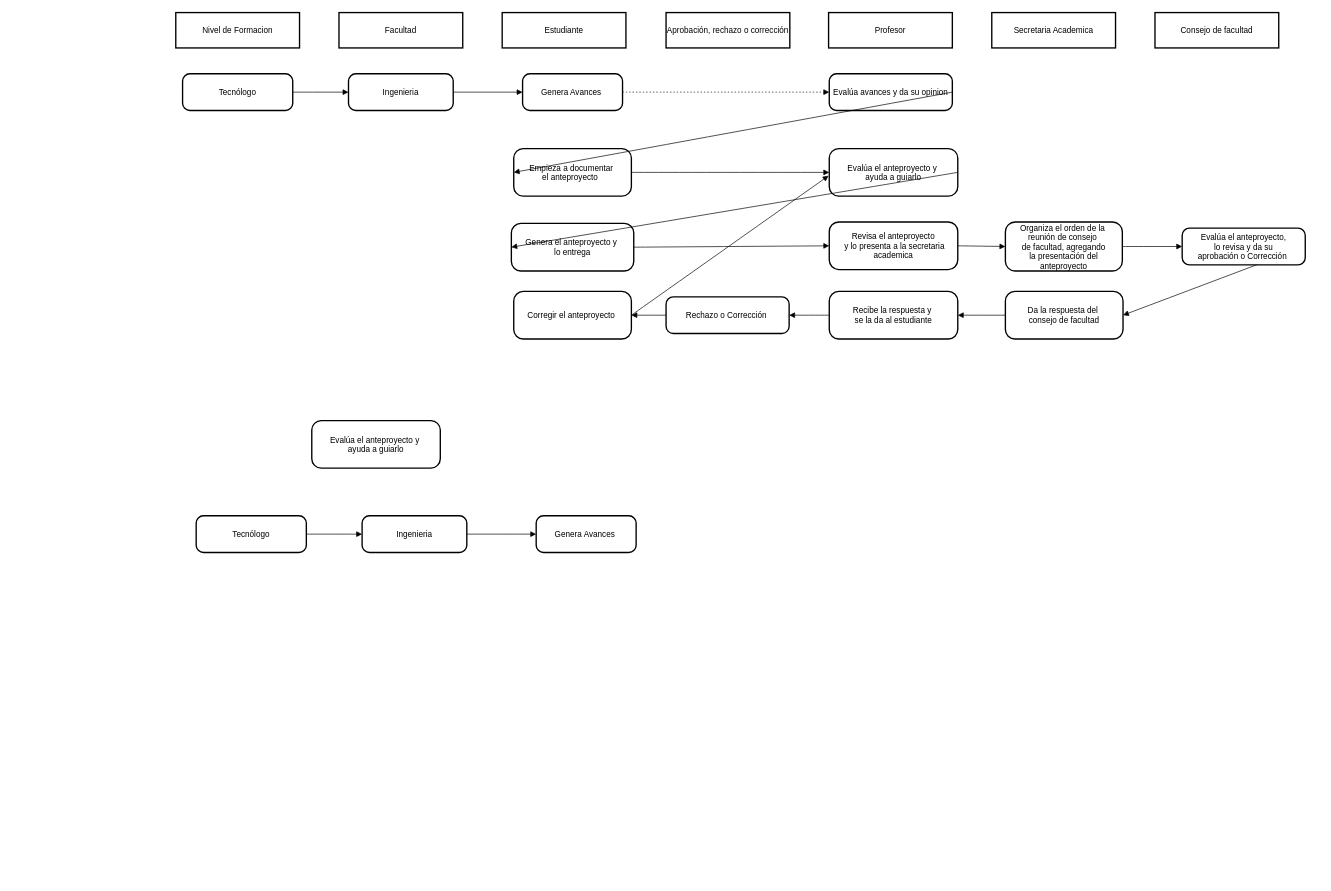
This is DiagramadeActividades.drawio from TatianaDaza/uni, a draw.io file, before an edit. Source tidied: cells renumbered, new cells numbered last; positions are measured from the earlier drawing's top-left corner, leaving out a move shared by most shapes. Both pictures are drawn from the tidied source at 68%, with x=0, y=0 at pixel (175, 12).
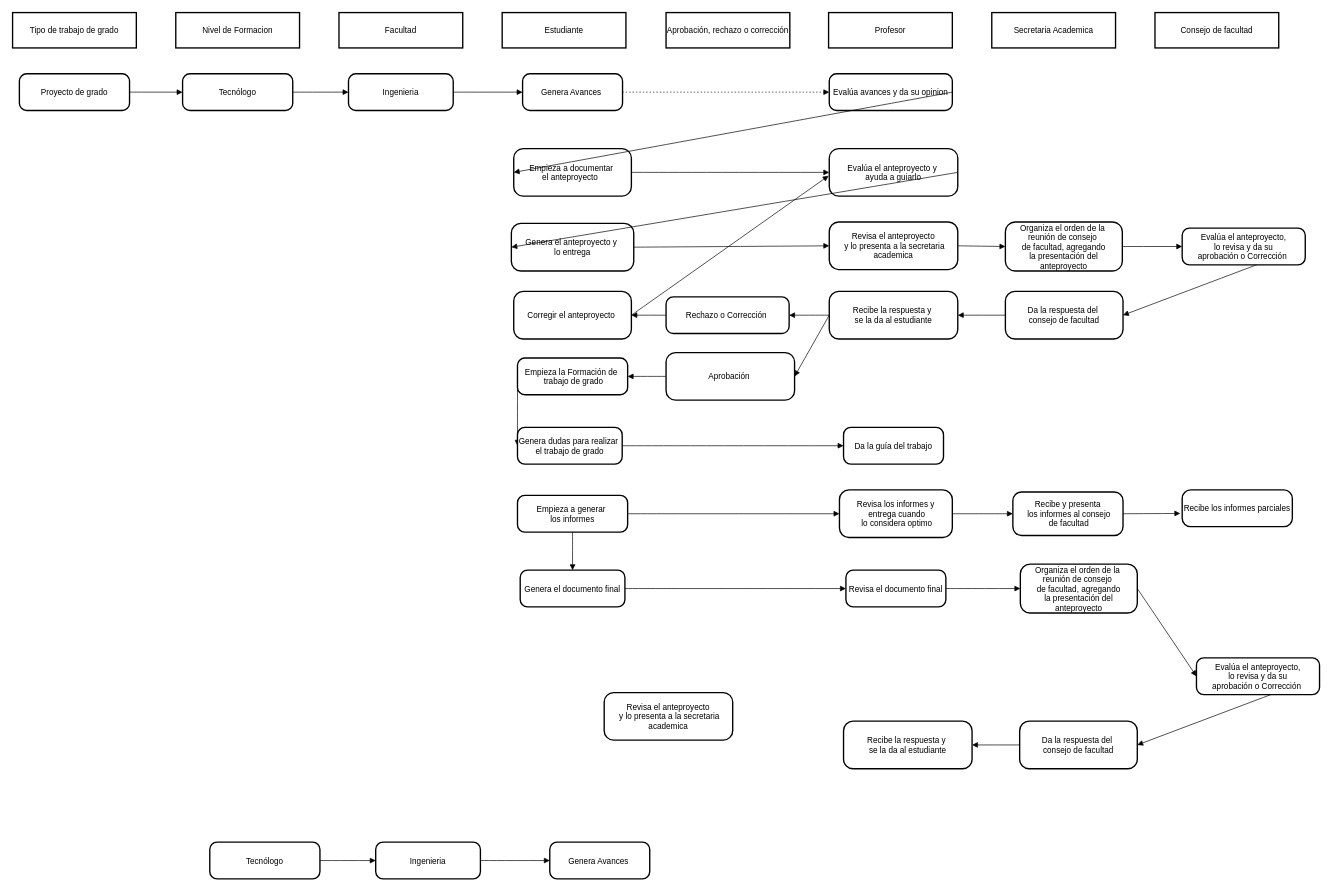
The same diagram, later.

The change refers to these unchanged cells:
```xml
<mxCell id="3" value="Tecnólogo" style="rounded=1;arcSize=20;strokeWidth=2;" parent="1" vertex="1">
  <mxGeometry x="10" y="90" width="162" height="54" as="geometry" />
</mxCell>
<mxCell id="25" value="Recibe la respuesta y &#10;se la da al estudiante" style="rounded=1;arcSize=20;strokeWidth=2;" parent="1" vertex="1">
  <mxGeometry x="961" y="410" width="189" height="70" as="geometry" />
</mxCell>
```

What changed in the source:
```diff
@@
-    <mxCell id="29" value="Tecnólogo" style="rounded=1;arcSize=20;strokeWidth=2;" parent="1" vertex="1">
-      <mxGeometry x="30" y="740" width="162" height="54" as="geometry" />
+    <mxCell id="29" value="Empieza la Formación de &#10; trabajo de grado" style="rounded=1;arcSize=20;strokeWidth=2;" parent="1" vertex="1">
+      <mxGeometry x="502.5" y="508" width="162" height="54" as="geometry" />
     </mxCell>
-    <mxCell id="30" style="curved=1;startArrow=none;endArrow=block;exitX=1;exitY=0.5;entryX=0;entryY=0.5;" parent="1" edge="1" source="29" target="31">
+    <mxCell id="30" style="curved=1;startArrow=none;endArrow=block;exitX=0;exitY=0.5;entryX=0;entryY=0.5;exitDx=0;exitDy=0;entryDx=0;entryDy=0;" parent="1" edge="1" source="29" target="31">
       <mxGeometry relative="1" as="geometry" />
     </mxCell>
-    <mxCell id="31" value="Ingenieria" style="rounded=1;arcSize=20;strokeWidth=2;" parent="1" vertex="1">
-      <mxGeometry x="274" y="740" width="154" height="54" as="geometry" />
+    <mxCell id="31" value="Genera dudas para realizar &#10;el trabajo de grado" style="rounded=1;arcSize=20;strokeWidth=2;" parent="1" vertex="1">
+      <mxGeometry x="502.5" y="610" width="154" height="54" as="geometry" />
     </mxCell>
@@
-    <mxCell id="35" value="Evalúa el anteproyecto y &#10;ayuda a guiarlo" style="rounded=1;arcSize=20;strokeWidth=2;" parent="1" vertex="1">
-      <mxGeometry x="200" y="600" width="189" height="70" as="geometry" />
+    <mxCell id="35" value="Aprobación " style="rounded=1;arcSize=20;strokeWidth=2;" parent="1" vertex="1">
+      <mxGeometry x="721" y="500" width="189" height="70" as="geometry" />
     </mxCell>
@@
-    <mxCell id="37" value="Genera Avances " style="rounded=1;arcSize=20;strokeWidth=2;" parent="1" vertex="1">
-      <mxGeometry x="530" y="740" width="147" height="54" as="geometry" />
+    <mxCell id="37" value="Da la guía del trabajo" style="rounded=1;arcSize=20;strokeWidth=2;" parent="1" vertex="1">
+      <mxGeometry x="982" y="610" width="147" height="54" as="geometry" />
     </mxCell>
@@
+    <mxCell id="43" style="curved=1;startArrow=none;endArrow=block;exitX=0;exitY=0.5;entryX=1;entryY=0.5;entryDx=0;entryDy=0;exitDx=0;exitDy=0;" parent="1" edge="1" source="25" target="35">
+      <mxGeometry relative="1" as="geometry" />
+    </mxCell>
+    <mxCell id="44" value="Tecnólogo" style="rounded=1;arcSize=20;strokeWidth=2;" parent="1" vertex="1">
+      <mxGeometry x="50" y="1220" width="162" height="54" as="geometry" />
+    </mxCell>
+    <mxCell id="45" style="curved=1;startArrow=none;endArrow=block;exitX=1;exitY=0.5;entryX=0;entryY=0.5;" parent="1" edge="1" source="44" target="46">
+      <mxGeometry relative="1" as="geometry" />
+    </mxCell>
+    <mxCell id="46" value="Ingenieria" style="rounded=1;arcSize=20;strokeWidth=2;" parent="1" vertex="1">
+      <mxGeometry x="294" y="1220" width="154" height="54" as="geometry" />
+    </mxCell>
+    <mxCell id="47" style="curved=1;startArrow=none;endArrow=block;exitX=1;exitY=0.5;entryX=0;entryY=0.5;" parent="1" edge="1" source="46" target="48">
+      <mxGeometry relative="1" as="geometry" />
+    </mxCell>
+    <mxCell id="48" value="Genera Avances " style="rounded=1;arcSize=20;strokeWidth=2;" parent="1" vertex="1">
+      <mxGeometry x="550" y="1220" width="147" height="54" as="geometry" />
+    </mxCell>
+    <mxCell id="49" value="Empieza a generar &#10;los informes" style="rounded=1;arcSize=20;strokeWidth=2;" parent="1" vertex="1">
+      <mxGeometry x="502.5" y="710" width="162" height="54" as="geometry" />
+    </mxCell>
+    <mxCell id="50" style="curved=1;startArrow=none;endArrow=block;exitX=1;exitY=0.5;entryX=0;entryY=0.5;" parent="1" edge="1" source="49" target="51">
+      <mxGeometry relative="1" as="geometry" />
+    </mxCell>
+    <mxCell id="51" value="Revisa los informes y&#10; entrega cuando&#10; lo considera optimo" style="rounded=1;arcSize=20;strokeWidth=2;" parent="1" vertex="1">
+      <mxGeometry x="976" y="702" width="166" height="70" as="geometry" />
+    </mxCell>
+    <mxCell id="52" style="curved=1;startArrow=none;endArrow=block;exitX=1;exitY=0.5;entryX=0;entryY=0.5;" parent="1" edge="1" source="51" target="53">
+      <mxGeometry relative="1" as="geometry" />
+    </mxCell>
+    <mxCell id="53" value="Recibe y presenta&#10; los informes al consejo&#10; de facultad" style="rounded=1;arcSize=20;strokeWidth=2;" parent="1" vertex="1">
+      <mxGeometry x="1231" y="705" width="162" height="64" as="geometry" />
+    </mxCell>
+    <mxCell id="54" style="curved=1;startArrow=none;endArrow=block;exitX=0;exitY=0.5;entryX=1;entryY=0.5;entryDx=0;entryDy=0;exitDx=0;exitDy=0;" parent="1" edge="1" source="35" target="29">
+      <mxGeometry relative="1" as="geometry" />
+    </mxCell>
+    <mxCell id="55" value="Tipo de trabajo de grado" style="whiteSpace=wrap;strokeWidth=2;" parent="1" vertex="1">
+      <mxGeometry x="-240" width="182" height="52" as="geometry" />
+    </mxCell>
+    <mxCell id="56" value="Proyecto de grado" style="rounded=1;arcSize=20;strokeWidth=2;" parent="1" vertex="1">
+      <mxGeometry x="-230" y="90" width="162" height="54" as="geometry" />
+    </mxCell>
+    <mxCell id="57" style="curved=1;startArrow=none;endArrow=block;exitX=1;exitY=0.5;entryX=0;entryY=0.5;entryDx=0;entryDy=0;" parent="1" edge="1" source="56" target="3">
+      <mxGeometry relative="1" as="geometry" />
+    </mxCell>
+    <mxCell id="58" value="Recibe los informes parciales" style="rounded=1;arcSize=23;strokeWidth=2;" parent="1" vertex="1">
+      <mxGeometry x="1480" y="702" width="162" height="54" as="geometry" />
+    </mxCell>
+    <mxCell id="59" value="Genera el documento final" style="rounded=1;arcSize=20;strokeWidth=2;" parent="1" vertex="1">
+      <mxGeometry x="506.5" y="820" width="154" height="54" as="geometry" />
+    </mxCell>
+    <mxCell id="60" style="curved=1;startArrow=none;endArrow=block;exitX=1;exitY=0.5;entryX=0;entryY=0.5;" parent="1" edge="1" source="59" target="61">
+      <mxGeometry relative="1" as="geometry" />
+    </mxCell>
+    <mxCell id="61" value="Revisa el documento final" style="rounded=1;arcSize=20;strokeWidth=2;" parent="1" vertex="1">
+      <mxGeometry x="985.5" y="820" width="147" height="54" as="geometry" />
+    </mxCell>
+    <mxCell id="62" style="curved=1;startArrow=none;endArrow=block;entryX=-0.017;entryY=0.64;entryDx=0;entryDy=0;entryPerimeter=0;exitX=1;exitY=0.5;exitDx=0;exitDy=0;" parent="1" edge="1" source="53" target="58">
+      <mxGeometry relative="1" as="geometry" />
+    </mxCell>
+    <mxCell id="63" style="curved=1;startArrow=none;endArrow=block;exitX=0.5;exitY=1;entryX=0.5;entryY=0;exitDx=0;exitDy=0;entryDx=0;entryDy=0;" parent="1" edge="1" source="49" target="59">
+      <mxGeometry relative="1" as="geometry" />
+    </mxCell>
+    <mxCell id="64" value="Revisa el anteproyecto&#10; y lo presenta a la secretaria&#10;academica" style="rounded=1;arcSize=20;strokeWidth=2;" parent="1" vertex="1">
+      <mxGeometry x="630" y="1000" width="189" height="70" as="geometry" />
+    </mxCell>
+    <mxCell id="65" style="curved=1;startArrow=none;endArrow=block;exitX=1;exitY=0.5;entryX=0;entryY=0.5;exitDx=0;exitDy=0;" parent="1" edge="1" source="61" target="70">
+      <mxGeometry relative="1" as="geometry" />
+    </mxCell>
+    <mxCell id="66" style="curved=1;startArrow=none;endArrow=block;exitX=1;exitY=0.5;entryX=1;entryY=0.5;entryDx=0;entryDy=0;" parent="1" edge="1" source="71" target="69">
+      <mxGeometry relative="1" as="geometry" />
+    </mxCell>
+    <mxCell id="67" style="curved=1;startArrow=none;endArrow=block;exitX=1.01;exitY=0.5;entryX=1;entryY=0.5;entryDx=0;entryDy=0;" parent="1" edge="1" source="69" target="68">
+      <mxGeometry relative="1" as="geometry" />
+    </mxCell>
+    <mxCell id="68" value="Recibe la respuesta y &#10;se la da al estudiante" style="rounded=1;arcSize=20;strokeWidth=2;" parent="1" vertex="1">
+      <mxGeometry x="982" y="1042" width="189" height="70" as="geometry" />
+    </mxCell>
+    <mxCell id="69" value="Da la respuesta del &#10;consejo de facultad" style="rounded=1;arcSize=20;strokeWidth=2;" parent="1" vertex="1">
+      <mxGeometry x="1241" y="1042" width="173" height="70" as="geometry" />
+    </mxCell>
+    <mxCell id="70" value="Organiza el orden de la &#10;reunión de consejo &#10;de facultad, agregando&#10;la presentación del&#10;anteproyecto" style="rounded=1;arcSize=20;strokeWidth=2;" parent="1" vertex="1">
+      <mxGeometry x="1242" y="811" width="172" height="72" as="geometry" />
+    </mxCell>
+    <mxCell id="71" value="Evalúa el anteproyecto,&#10; lo revisa y da su &#10;aprobación o Corrección " style="rounded=1;arcSize=20;strokeWidth=2;" parent="1" vertex="1">
+      <mxGeometry x="1501" y="949" width="181" height="54" as="geometry" />
+    </mxCell>
+    <mxCell id="72" style="curved=1;startArrow=none;endArrow=block;exitX=1;exitY=0.5;entryX=0;entryY=0.5;exitDx=0;exitDy=0;entryDx=0;entryDy=0;" parent="1" edge="1" source="70" target="71">
+      <mxGeometry relative="1" as="geometry" />
+    </mxCell>
```
